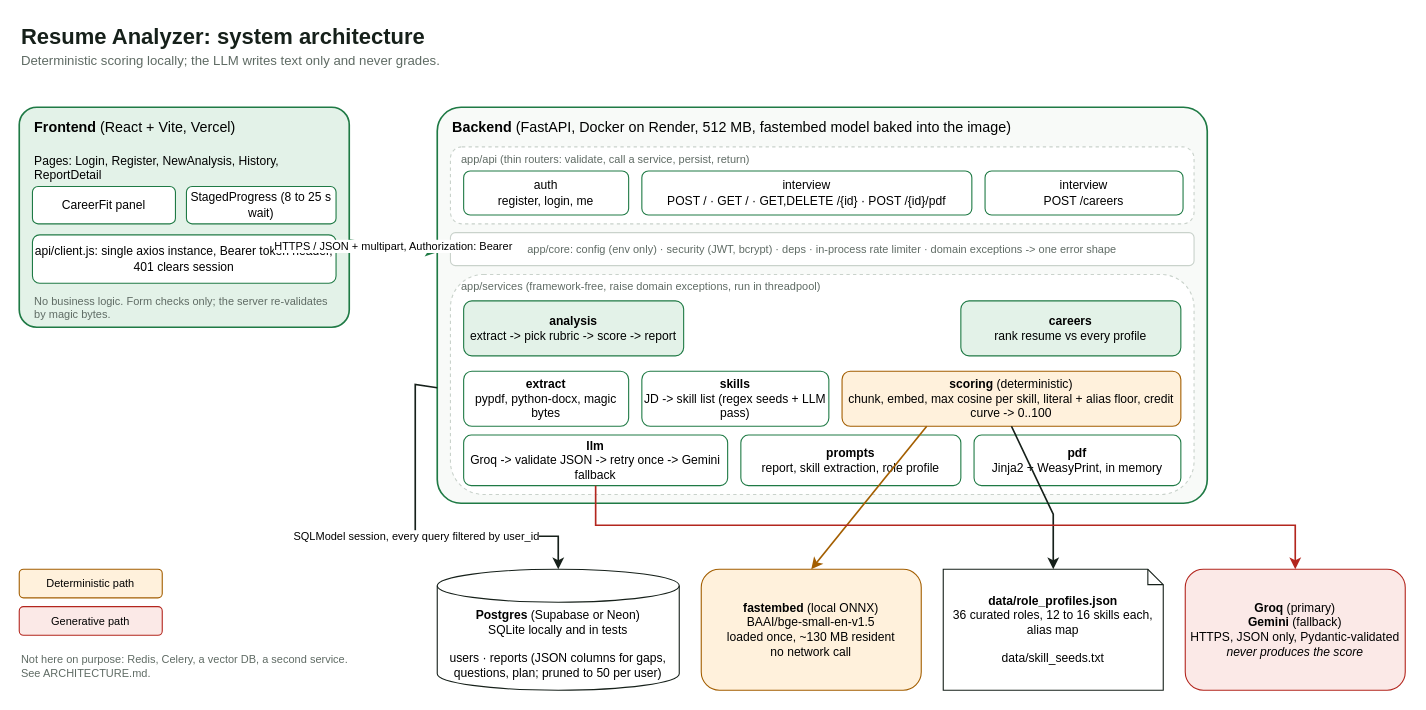
This is page "System" (1 of 2) of docs/architecture.drawio from ahmadkhanraj01/resume-analyzer, a draw.io file, before an edit. Source tidied: cells renumbered, new cells numbered last; positions are measured from the earlier drawing's top-left corner, leaving out a move shared by most shapes. Both pictures are drawn from the tidied source at 110%, with x=0, y=0 at pixel (19, 19).
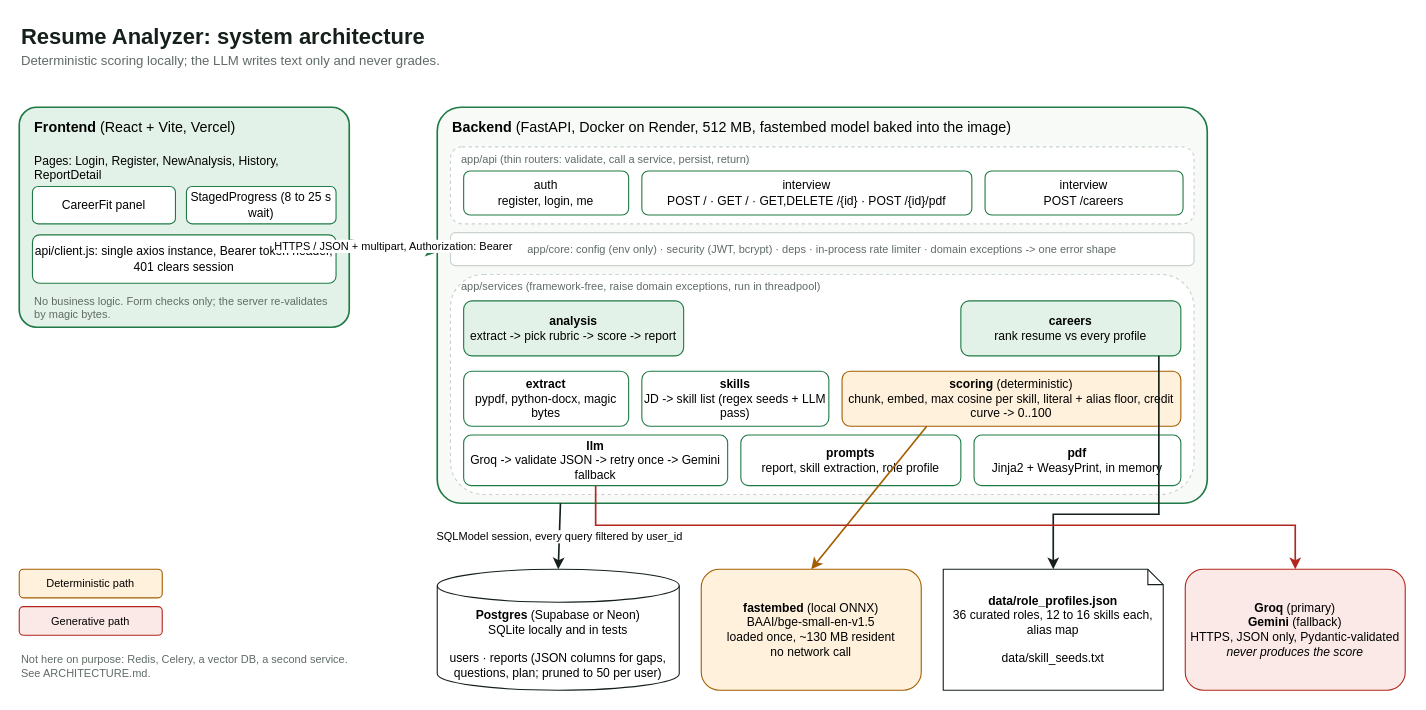
After the change.

The change refers to these unchanged cells:
```xml
<mxCell id="11" style="rounded=1;whiteSpace=wrap;html=1;fillColor=#F8FAF8;strokeColor=#1F7A45;strokeWidth=1.5;arcSize=6;" parent="1" vertex="1">
  <mxGeometry x="380" y="80" width="700" height="360" as="geometry" />
</mxCell>
<mxCell id="22" value="&lt;b&gt;careers&lt;/b&gt;&lt;br&gt;rank resume vs every profile" style="rounded=1;whiteSpace=wrap;html=1;fillColor=#E3F2E8;strokeColor=#1F7A45;fontSize=11;" parent="1" vertex="1">
  <mxGeometry x="856" y="256" width="200" height="50" as="geometry" />
</mxCell>
<mxCell id="25" value="&lt;b&gt;scoring&lt;/b&gt; (deterministic)&lt;br&gt;chunk, embed, max cosine per skill, literal + alias floor, credit curve -&gt; 0..100" style="rounded=1;whiteSpace=wrap;html=1;fillColor=#FFF1DC;strokeColor=#A35E00;fontSize=11;" parent="1" vertex="1">
  <mxGeometry x="748" y="320" width="308" height="50" as="geometry" />
</mxCell>
<mxCell id="29" value="&lt;b&gt;Postgres&lt;/b&gt; (Supabase or Neon)&lt;br&gt;SQLite locally and in tests&lt;br&gt;&lt;br&gt;users · reports (JSON columns for gaps, questions, plan; pruned to 50 per user)" style="shape=cylinder3;whiteSpace=wrap;html=1;boundedLbl=1;backgroundOutline=1;size=15;fillColor=#FFFFFF;strokeColor=#16201A;fontSize=11;" parent="1" vertex="1">
  <mxGeometry x="380" y="500" width="220" height="110" as="geometry" />
</mxCell>
<mxCell id="31" value="&lt;b&gt;data/role_profiles.json&lt;/b&gt;&lt;br&gt;36 curated roles, 12 to 16 skills each, alias map&lt;br&gt;&lt;br&gt;data/skill_seeds.txt" style="shape=note;whiteSpace=wrap;html=1;size=14;fillColor=#FFFFFF;strokeColor=#16201A;fontSize=11;" parent="1" vertex="1">
  <mxGeometry x="840" y="500" width="200" height="110" as="geometry" />
</mxCell>
```

The edit, as a diff of the source:
```diff
@@
-    <mxCell id="35" style="endArrow=classic;html=1;rounded=0;strokeColor=#16201A;strokeWidth=1.5;exitX=0.5;exitY=1;entryX=0.5;entryY=0;" parent="1" edge="1" source="25" target="31">
+    <mxCell id="35" style="endArrow=classic;html=1;rounded=0;strokeColor=#16201A;strokeWidth=1.5;exitX=0.9;exitY=1;entryX=0.5;entryY=0;" parent="1" edge="1" source="22" target="31">
       <mxGeometry relative="1" as="geometry">
         <Array as="points">
+          <mxPoint x="1036" y="450" />
           <mxPoint x="940" y="450" />
         </Array>
       </mxGeometry>
     </mxCell>
@@
-    <mxCell id="37" value="SQLModel session, every query filtered by user_id" style="endArrow=classic;html=1;rounded=0;strokeColor=#16201A;strokeWidth=1.5;exitX=0.02;exitY=0.7;entryX=0.5;entryY=0;fontSize=10;labelBackgroundColor=#FFFFFF;" parent="1" edge="1" source="11" target="29">
-      <mxGeometry relative="1" as="geometry">
-        <Array as="points">
-          <mxPoint x="360" y="332" />
-          <mxPoint x="360" y="470" />
-          <mxPoint x="490" y="470" />
-        </Array>
-      </mxGeometry>
+    <mxCell id="37" value="SQLModel session, every query filtered by user_id" style="endArrow=classic;html=1;rounded=0;strokeColor=#16201A;strokeWidth=1.5;exitX=0.16;exitY=1;entryX=0.5;entryY=0;fontSize=10;labelBackgroundColor=#FFFFFF;" parent="1" edge="1" source="11" target="29">
+      <mxGeometry relative="1" as="geometry" />
     </mxCell>
```
